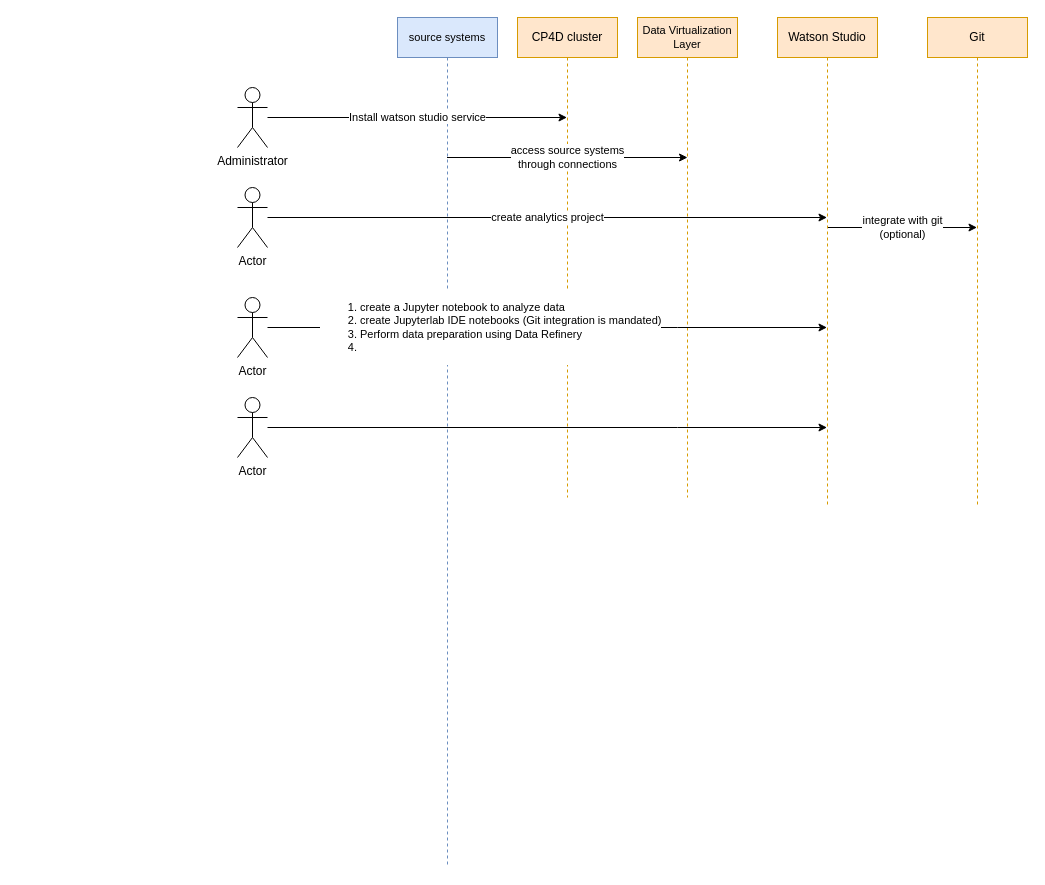
This is watson-studio.drawio from kanchantewary/CloudPakForData, a draw.io file, before an edit. Source tidied: cells renumbered, new cells numbered last; positions are measured from the earlier drawing's top-left corner, leaving out a move shared by most shapes. Both pictures are drawn from the tidied source at 100%, with x=0, y=0 at pixel (237, 17).
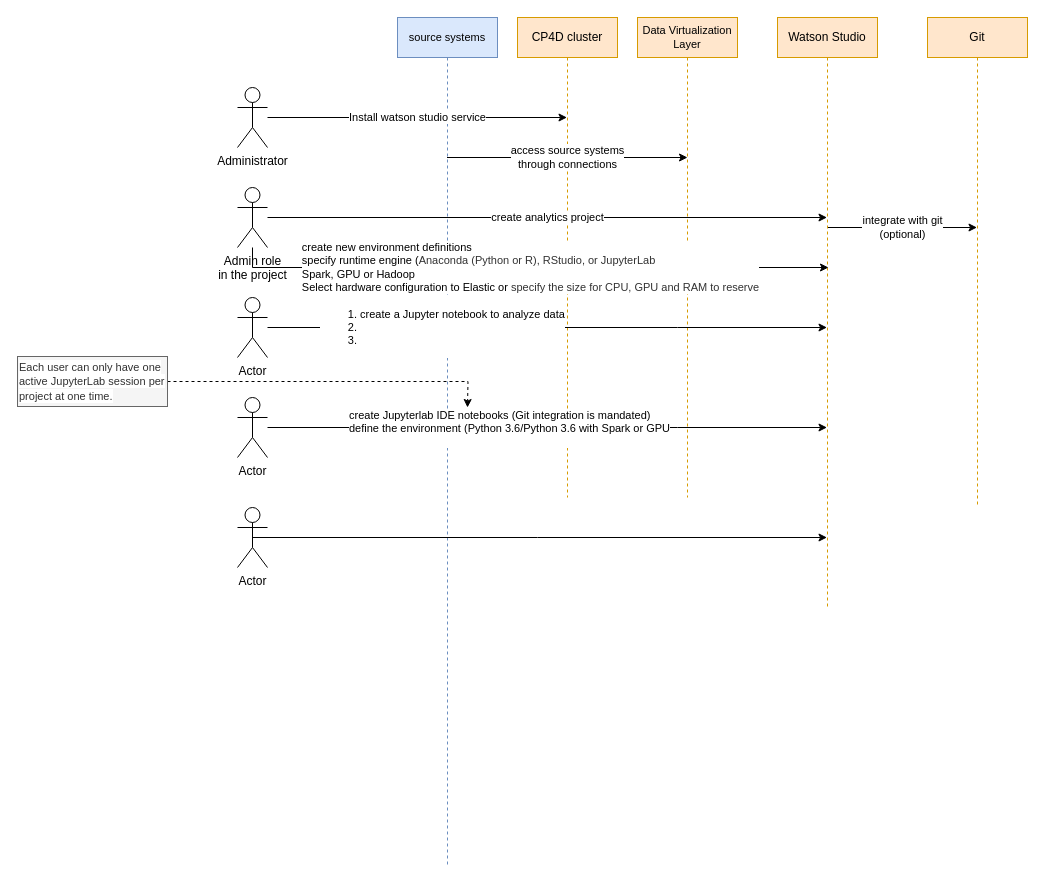
After the change.

The change refers to these unchanged cells:
```xml
<mxCell id="14" value="Actor" style="shape=umlActor;verticalLabelPosition=bottom;verticalAlign=top;html=1;outlineConnect=0;" parent="1" vertex="1">
  <mxGeometry y="280" width="30" height="60" as="geometry" />
</mxCell>
<mxCell id="15" style="edgeStyle=orthogonalEdgeStyle;rounded=0;jettySize=auto;html=1;" parent="1" edge="1" source="16" target="3">
  <mxGeometry relative="1" as="geometry">
    <Array as="points">
      <mxPoint x="440" y="410" />
      <mxPoint x="440" y="410" />
    </Array>
  </mxGeometry>
</mxCell>
```

Change to the diagram source:
```diff
@@
     <mxCell id="3" value="Watson Studio" style="shape=umlLifeline;perimeter=lifelinePerimeter;whiteSpace=wrap;html=1;outlineConnect=0;fillColor=#ffe6cc;strokeColor=#d79b00;" parent="1" vertex="1">
-      <mxGeometry x="540" width="100" height="490" as="geometry" />
+      <mxGeometry x="540" width="100" height="590" as="geometry" />
     </mxCell>
@@
+    <mxCell id="17" value="&lt;div style=&quot;text-align: left&quot;&gt;create new environment definitions&lt;/div&gt;&lt;font style=&quot;font-size: 11px&quot;&gt;&lt;div style=&quot;text-align: left&quot;&gt;specify runtime engine (&lt;span style=&quot;color: rgb(50 , 50 , 50) ; font-family: &amp;#34;ibm plex sans&amp;#34; , , &amp;#34;helvetica neue&amp;#34; , &amp;#34;arial&amp;#34; , sans-serif&quot;&gt;Anaconda (Python or R), RStudio, or JupyterLab&lt;/span&gt;&lt;/div&gt;&lt;div style=&quot;text-align: left&quot;&gt;Spark, GPU or Hadoop&lt;/div&gt;&lt;div style=&quot;text-align: left&quot;&gt;Select hardware configuration to Elastic or&amp;nbsp;&lt;span style=&quot;color: rgb(50 , 50 , 50) ; font-family: &amp;#34;ibm plex sans&amp;#34; , , &amp;#34;helvetica neue&amp;#34; , &amp;#34;arial&amp;#34; , sans-serif&quot;&gt;specify the size for CPU, GPU and RAM to reserve&lt;/span&gt;&lt;/div&gt;&lt;/font&gt;" style="edgeStyle=orthogonalEdgeStyle;rounded=0;jettySize=auto;html=1;" parent="1" edge="1" source="11">
+      <mxGeometry relative="1" as="geometry">
+        <mxPoint x="591" y="250" as="targetPoint" />
+        <Array as="points">
+          <mxPoint x="15" y="250" />
+          <mxPoint x="591" y="250" />
+        </Array>
+      </mxGeometry>
+    </mxCell>
-    <mxCell id="11" value="Actor" style="shape=umlActor;verticalLabelPosition=bottom;verticalAlign=top;html=1;outlineConnect=0;" parent="1" vertex="1">
+    <mxCell id="11" value="Admin role &lt;br&gt;in the project" style="shape=umlActor;verticalLabelPosition=bottom;verticalAlign=top;html=1;outlineConnect=0;" parent="1" vertex="1">
       <mxGeometry y="170" width="30" height="60" as="geometry" />
     </mxCell>
@@
-    <mxCell id="13" value="&lt;ol&gt;&lt;li&gt;create a Jupyter notebook to analyze data&lt;/li&gt;&lt;li&gt;create Jupyterlab IDE notebooks (Git integration is mandated)&lt;/li&gt;&lt;li&gt;Perform data preparation using Data Refinery&lt;/li&gt;&lt;li&gt;&lt;br&gt;&lt;/li&gt;&lt;/ol&gt;" style="edgeStyle=orthogonalEdgeStyle;rounded=0;jettySize=auto;html=1;align=left;" parent="1" edge="1" source="14" target="3">
+    <mxCell id="13" value="&lt;ol&gt;&lt;li&gt;create a Jupyter notebook to analyze data&lt;/li&gt;&lt;li&gt;&lt;br&gt;&lt;/li&gt;&lt;li&gt;&lt;br&gt;&lt;/li&gt;&lt;/ol&gt;" style="edgeStyle=orthogonalEdgeStyle;rounded=0;jettySize=auto;html=1;align=left;" parent="1" edge="1" source="14" target="3">
       <mxGeometry x="0.47" y="-360" relative="1" as="geometry">
         <Array as="points">
           <mxPoint x="440" y="310" />
           <mxPoint x="440" y="310" />
         </Array>
         <mxPoint x="-360" y="-360" as="offset" />
       </mxGeometry>
     </mxCell>
@@
+    <mxCell id="18" value="&lt;span&gt;create Jupyterlab IDE notebooks (Git integration is mandated)&lt;br&gt;define the environment (Python 3.6/Python 3.6 with Spark or GPU&lt;br&gt;&lt;br&gt;&lt;/span&gt;" style="edgeLabel;html=1;align=left;verticalAlign=middle;" parent="15" vertex="1">
+      <mxGeometry x="-0.34" y="1" relative="1" as="geometry">
+        <mxPoint x="-104.8" y="1" as="offset" />
+      </mxGeometry>
+    </mxCell>
@@
+    <mxCell id="19" style="edgeStyle=orthogonalEdgeStyle;rounded=0;jettySize=auto;html=1;exitX=0.5;exitY=0.5;exitDx=0;exitDy=0;exitPerimeter=0;" parent="1" edge="1" source="20" target="3">
+      <mxGeometry relative="1" as="geometry">
+        <Array as="points">
+          <mxPoint x="300" y="520" />
+          <mxPoint x="300" y="520" />
+        </Array>
+      </mxGeometry>
+    </mxCell>
+    <mxCell id="20" value="Actor" style="shape=umlActor;verticalLabelPosition=bottom;verticalAlign=top;html=1;outlineConnect=0;" parent="1" vertex="1">
+      <mxGeometry y="490" width="30" height="60" as="geometry" />
+    </mxCell>
+    <mxCell id="21" style="edgeStyle=orthogonalEdgeStyle;rounded=0;jettySize=auto;html=1;dashed=1;" parent="1" edge="1" source="22">
+      <mxGeometry relative="1" as="geometry">
+        <mxPoint x="230" y="390" as="targetPoint" />
+      </mxGeometry>
+    </mxCell>
+    <mxCell id="22" value="&lt;span style=&quot;color: rgb(50 , 50 , 50) ; background-color: rgb(255 , 255 , 255)&quot;&gt;&lt;font style=&quot;font-size: 11px&quot;&gt;Each user can only have one active JupyterLab session per project at one time.&lt;/font&gt;&lt;/span&gt;" style="text;html=1;strokeColor=#666666;fillColor=#f5f5f5;align=left;verticalAlign=middle;whiteSpace=wrap;rounded=0;fontColor=#333333;" parent="1" vertex="1">
+      <mxGeometry x="-220" y="339" width="150" height="50" as="geometry" />
+    </mxCell>
```
